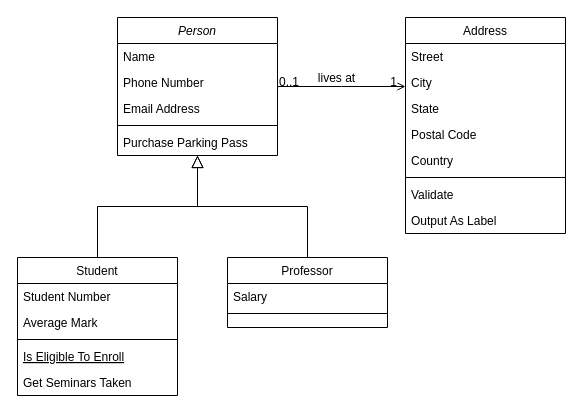
Before: Diagrama sem nome.drawio in MatheusHaliski/ProjetoPOA, a draw.io diagram. Source tidied: cells renumbered, new cells numbered last; positions are measured from the earlier drawing's top-left corner, leaving out a move shared by most shapes. Both pictures are drawn from the tidied source at 100%, with x=0, y=0 at pixel (17, 17).
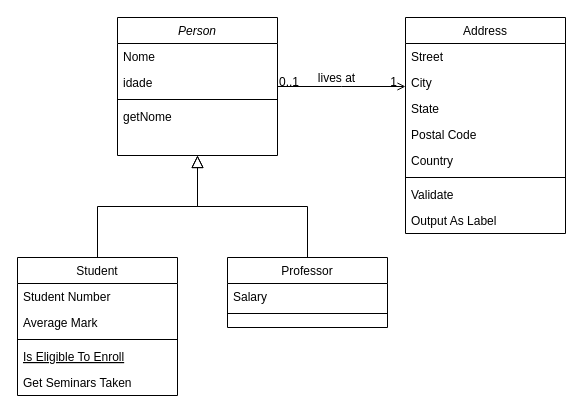
The same page after the edit.

Unchanged cells that the change refers to:
```xml
<mxCell id="2" value="Person" style="swimlane;fontStyle=2;align=center;verticalAlign=top;horizontal=1;startSize=26;rounded=0;shadow=0;strokeWidth=1;" parent="1" vertex="1">
  <mxGeometry x="100" width="160" height="138" as="geometry" />
</mxCell>
```

The edit, as a diff of the source:
```diff
@@
-    <mxCell id="3" value="Name" style="text;align=left;verticalAlign=top;spacingLeft=4;spacingRight=4;overflow=hidden;" parent="2" vertex="1">
+    <mxCell id="3" value="Nome" style="text;align=left;verticalAlign=top;spacingLeft=4;spacingRight=4;overflow=hidden;" parent="2" vertex="1">
       <mxGeometry y="26" width="160" height="26" as="geometry" />
     </mxCell>
-    <mxCell id="4" value="Phone Number" style="text;align=left;verticalAlign=top;spacingLeft=4;spacingRight=4;overflow=hidden;rounded=0;shadow=0;html=0;" parent="2" vertex="1">
+    <mxCell id="4" value="idade" style="text;align=left;verticalAlign=top;spacingLeft=4;spacingRight=4;overflow=hidden;rounded=0;shadow=0;html=0;" parent="2" vertex="1">
       <mxGeometry y="52" width="160" height="26" as="geometry" />
     </mxCell>
-    <mxCell id="5" value="Email Address" style="text;align=left;verticalAlign=top;spacingLeft=4;spacingRight=4;overflow=hidden;rounded=0;shadow=0;html=0;" parent="2" vertex="1">
-      <mxGeometry y="78" width="160" height="26" as="geometry" />
-    </mxCell>
     <mxCell id="6" style="line;html=1;strokeWidth=1;align=left;verticalAlign=middle;spacingTop=-1;spacingLeft=3;spacingRight=3;labelPosition=right;" parent="2" vertex="1">
-      <mxGeometry y="104" width="160" height="8" as="geometry" />
+      <mxGeometry y="78" width="160" height="8" as="geometry" />
     </mxCell>
-    <mxCell id="7" value="Purchase Parking Pass" style="text;align=left;verticalAlign=top;spacingLeft=4;spacingRight=4;overflow=hidden;" parent="2" vertex="1">
-      <mxGeometry y="112" width="160" height="26" as="geometry" />
+    <mxCell id="7" value="getNome&#10;" style="text;align=left;verticalAlign=top;spacingLeft=4;spacingRight=4;overflow=hidden;" parent="2" vertex="1">
+      <mxGeometry y="86" width="160" height="26" as="geometry" />
     </mxCell>
```
